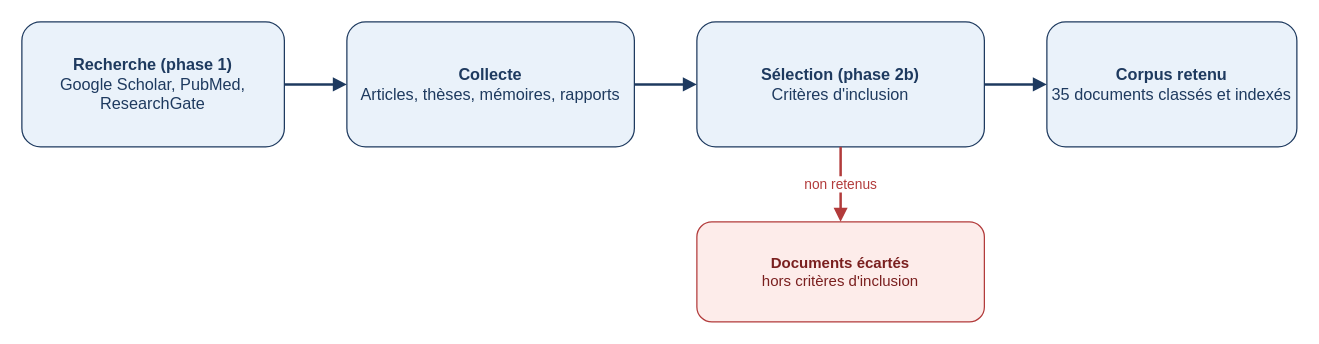
Earlier version of the draw.io diagram images/flux_corpus.drawio (Lougoudoro/master-memoire). Source tidied: cells renumbered, new cells numbered last; positions are measured from the earlier drawing's top-left corner, leaving out a move shared by most shapes. Both pictures are drawn from the tidied source at 125%, with x=0, y=0 at pixel (21, 21).
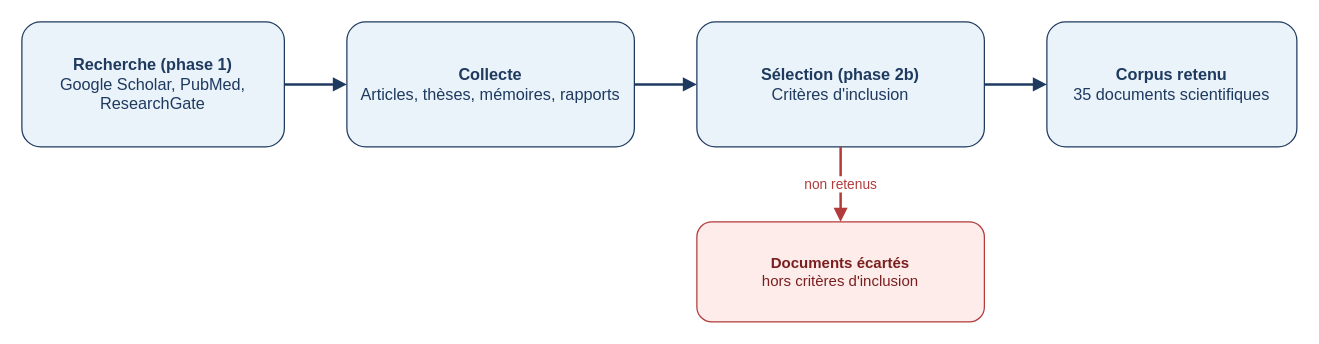
Above is the later version.

Change to the diagram source:
```diff
@@
 <mxGraphModel>
   <root>
     <mxCell id="0" />
     <mxCell id="1" parent="0" />
     <mxCell id="2" value="&lt;b&gt;Recherche (phase 1)&lt;/b&gt;&lt;br&gt;Google Scholar, PubMed, ResearchGate" style="rounded=1;whiteSpace=wrap;html=1;fillColor=#eaf2fa;strokeColor=#1e3a5f;fontColor=#1e3a5f;fontSize=13;" parent="1" vertex="1">
       <mxGeometry width="210" height="100" as="geometry" />
     </mxCell>
     <mxCell id="3" value="&lt;b&gt;Collecte&lt;/b&gt;&lt;br&gt;Articles, thèses, mémoires, rapports" style="rounded=1;whiteSpace=wrap;html=1;fillColor=#eaf2fa;strokeColor=#1e3a5f;fontColor=#1e3a5f;fontSize=13;" parent="1" vertex="1">
       <mxGeometry x="260" width="230" height="100" as="geometry" />
     </mxCell>
     <mxCell id="4" value="&lt;b&gt;Sélection (phase 2b)&lt;/b&gt;&lt;br&gt;Critères d'inclusion" style="rounded=1;whiteSpace=wrap;html=1;fillColor=#eaf2fa;strokeColor=#1e3a5f;fontColor=#1e3a5f;fontSize=13;" parent="1" vertex="1">
       <mxGeometry x="540" width="230" height="100" as="geometry" />
     </mxCell>
-    <mxCell id="5" value="&lt;b&gt;Corpus retenu&lt;/b&gt;&lt;br&gt;35 documents classés et indexés" style="rounded=1;whiteSpace=wrap;html=1;fillColor=#eaf2fa;strokeColor=#1e3a5f;fontColor=#1e3a5f;fontSize=13;" parent="1" vertex="1">
+    <mxCell id="5" value="&lt;b&gt;Corpus retenu&lt;/b&gt;&lt;br&gt;35 documents scientifiques" style="rounded=1;whiteSpace=wrap;html=1;fillColor=#eaf2fa;strokeColor=#1e3a5f;fontColor=#1e3a5f;fontSize=13;" parent="1" vertex="1">
       <mxGeometry x="820" width="200" height="100" as="geometry" />
     </mxCell>
     <mxCell id="6" value="&lt;b&gt;Documents écartés&lt;/b&gt;&lt;br&gt;hors critères d'inclusion" style="rounded=1;whiteSpace=wrap;html=1;fillColor=#fdecea;strokeColor=#b23b3b;fontColor=#7a1f1f;fontSize=12;" parent="1" vertex="1">
       <mxGeometry x="540" y="160" width="230" height="80" as="geometry" />
     </mxCell>
     <mxCell id="7" style="edgeStyle=orthogonalEdgeStyle;rounded=0;html=1;exitX=1;exitY=0.5;entryX=0;entryY=0.5;strokeColor=#1e3a5f;strokeWidth=2;endArrow=block;fontSize=11;fontColor=#1e3a5f;" parent="1" edge="1" source="2" target="3">
       <mxGeometry x="-0.6" y="-20" relative="1" as="geometry" />
     </mxCell>
     <mxCell id="8" style="edgeStyle=orthogonalEdgeStyle;rounded=0;html=1;exitX=1;exitY=0.5;entryX=0;entryY=0.5;strokeColor=#1e3a5f;strokeWidth=2;endArrow=block;fontSize=11;fontColor=#1e3a5f;" parent="1" edge="1" source="3" target="4">
       <mxGeometry x="0.6" y="-20" relative="1" as="geometry" />
     </mxCell>
     <mxCell id="9" style="edgeStyle=orthogonalEdgeStyle;rounded=0;html=1;exitX=1;exitY=0.5;entryX=0;entryY=0.5;strokeColor=#1e3a5f;strokeWidth=2;endArrow=block;fontSize=11;fontColor=#1e3a5f;" parent="1" edge="1" source="4" target="5">
       <mxGeometry x="0.6" y="-20" relative="1" as="geometry" />
     </mxCell>
     <mxCell id="10" value="non retenus" style="edgeStyle=orthogonalEdgeStyle;rounded=0;html=1;exitX=0.5;exitY=1;entryX=0.5;entryY=0;strokeColor=#b23b3b;strokeWidth=2;endArrow=block;fontSize=11;fontColor=#b23b3b;" parent="1" edge="1" source="4" target="6">
       <mxGeometry relative="1" as="geometry" />
     </mxCell>
   </root>
 </mxGraphModel>
```
